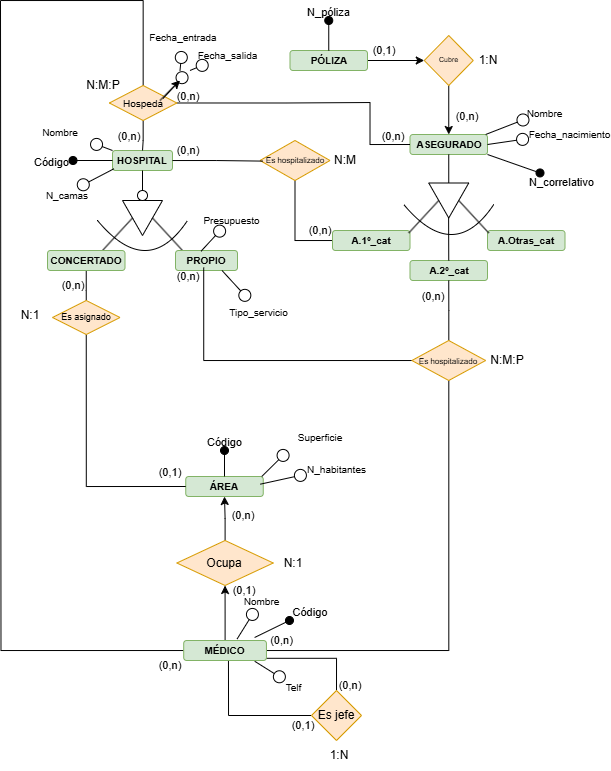
Earlier version of the draw.io export Data Base/GestionHospitales.drawio.png (Samue45/1-DAM). Source tidied: cells renumbered, new cells last; positions are measured from the earlier drawing's top-left corner, leaving out a move shared by most shapes.
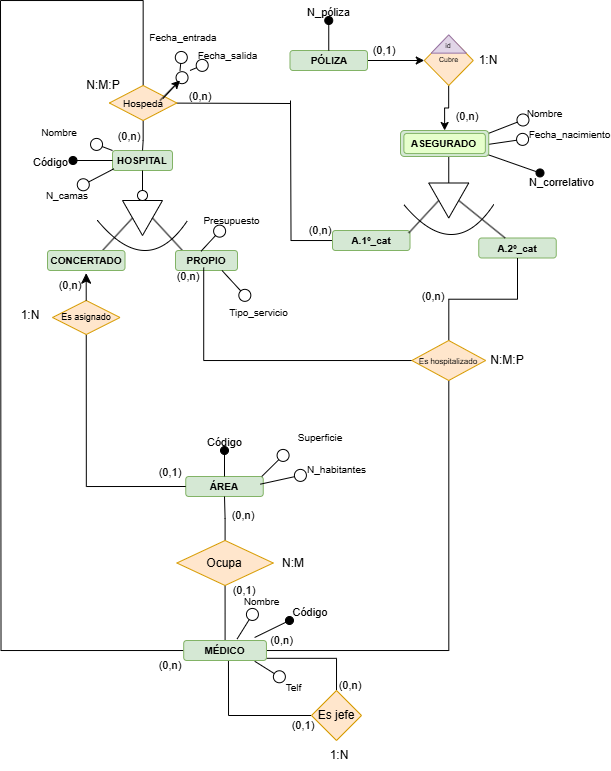
The same diagram one commit later.

Change to the diagram source:
```diff
@@ -39,9 +39,6 @@
     <mxCell id="9" value="&lt;b style=&quot;font-size: 10px;&quot;&gt;&lt;font style=&quot;font-size: 10px;&quot;&gt;PROPIO&lt;/font&gt;&lt;/b&gt;" style="rounded=1;whiteSpace=wrap;html=1;fillColor=#d5e8d4;strokeColor=#82b366;fontSize=10;" parent="1" vertex="1">
       <mxGeometry x="175" y="250" width="62" height="20" as="geometry" />
     </mxCell>
-    <mxCell id="10" style="edgeStyle=orthogonalEdgeStyle;rounded=0;jettySize=auto;html=1;entryX=0.5;entryY=0;entryDx=0;entryDy=0;endArrow=none;endFill=0;" parent="1" edge="1" source="11" target="83">
-      <mxGeometry relative="1" as="geometry" />
-    </mxCell>
     <mxCell id="11" value="&lt;b style=&quot;font-size: 10px;&quot;&gt;&lt;font style=&quot;font-size: 10px;&quot;&gt;CONCERTADO&lt;/font&gt;&lt;/b&gt;" style="rounded=1;whiteSpace=wrap;html=1;fillColor=#d5e8d4;strokeColor=#82b366;fontSize=10;" parent="1" vertex="1">
       <mxGeometry x="47" y="250" width="77.5" height="20" as="geometry" />
     </mxCell>
@@ -81,25 +78,21 @@
     <mxCell id="23" value="&lt;b&gt;PÓLIZA&lt;/b&gt;" style="rounded=1;whiteSpace=wrap;html=1;fillColor=#d5e8d4;strokeColor=#82b366;fontSize=10;" parent="1" vertex="1">
       <mxGeometry x="289.5" y="50" width="77.5" height="20" as="geometry" />
     </mxCell>
-    <mxCell id="24" value="&lt;b&gt;ASEGURADO&lt;/b&gt;" style="rounded=1;whiteSpace=wrap;html=1;fillColor=#d5e8d4;strokeColor=#82b366;fontSize=10;" parent="1" vertex="1">
-      <mxGeometry x="409.5" y="134" width="77.5" height="20" as="geometry" />
-    </mxCell>
-    <mxCell id="25" style="edgeStyle=orthogonalEdgeStyle;rounded=0;jettySize=auto;html=1;endArrow=none;endFill=0;entryX=0.5;entryY=1;entryDx=0;entryDy=0;" parent="1" edge="1" source="26" target="64">
-      <mxGeometry relative="1" as="geometry" />
+    <mxCell id="25" style="edgeStyle=orthogonalEdgeStyle;rounded=0;jettySize=auto;html=1;endArrow=none;endFill=0;" parent="1" edge="1" source="26">
+      <mxGeometry relative="1" as="geometry">
+        <mxPoint x="290" y="100" as="targetPoint" />
+      </mxGeometry>
     </mxCell>
     <mxCell id="26" value="&lt;b&gt;A.1º_cat&lt;/b&gt;" style="rounded=1;whiteSpace=wrap;html=1;fillColor=#d5e8d4;strokeColor=#82b366;fontSize=10;" parent="1" vertex="1">
       <mxGeometry x="332" y="230" width="77.5" height="20" as="geometry" />
     </mxCell>
     <mxCell id="27" value="&lt;b&gt;A.2º_cat&lt;/b&gt;" style="rounded=1;whiteSpace=wrap;html=1;fillColor=#d5e8d4;strokeColor=#82b366;fontSize=10;" parent="1" vertex="1">
-      <mxGeometry x="409.5" y="260" width="77.5" height="20" as="geometry" />
+      <mxGeometry x="478.2" y="237.5" width="77.5" height="20" as="geometry" />
     </mxCell>
-    <mxCell id="28" value="&lt;b&gt;A.Otras_cat&lt;/b&gt;" style="rounded=1;whiteSpace=wrap;html=1;fillColor=#d5e8d4;strokeColor=#82b366;fontSize=10;" parent="1" vertex="1">
-      <mxGeometry x="487" y="230" width="77.5" height="20" as="geometry" />
-    </mxCell>
     <mxCell id="29" value="&lt;b&gt;ÁREA&lt;/b&gt;" style="rounded=1;whiteSpace=wrap;html=1;fillColor=#d5e8d4;strokeColor=#82b366;fontSize=10;" parent="1" vertex="1">
       <mxGeometry x="185.2" y="476" width="77.5" height="20" as="geometry" />
     </mxCell>
-    <mxCell id="30" style="edgeStyle=orthogonalEdgeStyle;rounded=0;jettySize=auto;html=1;entryX=0.5;entryY=1;entryDx=0;entryDy=0;" parent="1" edge="1" source="34" target="86">
+    <mxCell id="30" style="edgeStyle=orthogonalEdgeStyle;rounded=0;jettySize=auto;html=1;entryX=0.5;entryY=1;entryDx=0;entryDy=0;endArrow=none;endFill=0;" parent="1" edge="1" source="34" target="86">
       <mxGeometry relative="1" as="geometry" />
     </mxCell>
     <mxCell id="31" style="edgeStyle=orthogonalEdgeStyle;rounded=0;jettySize=auto;html=1;endArrow=none;endFill=0;entryX=0.5;entryY=0;entryDx=0;entryDy=0;exitX=0.993;exitY=0.89;exitDx=0;exitDy=0;exitPerimeter=0;" parent="1" edge="1" source="34" target="89">
@@ -122,20 +115,26 @@
     <mxCell id="36" value="&lt;span style=&quot;font-size: 11px;&quot;&gt;N_póliza&lt;/span&gt;" style="text;html=1;align=center;verticalAlign=middle;whiteSpace=wrap;rounded=0;fontSize=16;" parent="1" vertex="1">
       <mxGeometry x="306.8" width="43" height="20" as="geometry" />
     </mxCell>
-    <mxCell id="37" style="endArrow=oval;html=1;rounded=0;fontSize=12;startSize=8;endSize=8;curved=1;endFill=1;exitX=1;exitY=1;exitDx=0;exitDy=0;" parent="1" edge="1" source="24" target="38">
-      <mxGeometry relative="1" as="geometry" />
+    <mxCell id="37" style="endArrow=oval;html=1;rounded=0;fontSize=12;startSize=8;endSize=8;curved=1;endFill=1;exitX=1;exitY=1;exitDx=0;exitDy=0;" parent="1" edge="1" target="38">
+      <mxGeometry relative="1" as="geometry">
+        <mxPoint x="487" y="154" as="sourcePoint" />
+      </mxGeometry>
     </mxCell>
     <mxCell id="38" value="&lt;font style=&quot;font-size: 11px;&quot;&gt;N_correlativo&lt;/font&gt;" style="text;html=1;align=center;verticalAlign=middle;whiteSpace=wrap;rounded=0;fontSize=16;" parent="1" vertex="1">
       <mxGeometry x="539.5" y="170" width="43" height="20" as="geometry" />
     </mxCell>
-    <mxCell id="39" style="endArrow=circle;html=1;rounded=0;fontSize=8;startSize=6;endSize=5;curved=1;endFill=0;exitX=0.976;exitY=0;exitDx=0;exitDy=0;exitPerimeter=0;" parent="1" edge="1" source="24" target="40">
-      <mxGeometry relative="1" as="geometry" />
+    <mxCell id="39" style="endArrow=circle;html=1;rounded=0;fontSize=8;startSize=6;endSize=5;curved=1;endFill=0;exitX=0.976;exitY=0;exitDx=0;exitDy=0;exitPerimeter=0;" parent="1" edge="1" target="40">
+      <mxGeometry relative="1" as="geometry">
+        <mxPoint x="485.1" y="134" as="sourcePoint" />
+      </mxGeometry>
     </mxCell>
     <mxCell id="40" value="&lt;font style=&quot;font-size: 10px;&quot;&gt;Nombre&lt;/font&gt;" style="text;html=1;align=center;verticalAlign=middle;whiteSpace=wrap;rounded=0;fontSize=16;" parent="1" vertex="1">
       <mxGeometry x="529" y="102" width="30.5" height="18" as="geometry" />
     </mxCell>
-    <mxCell id="41" style="endArrow=circle;html=1;rounded=0;fontSize=8;startSize=6;endSize=5;curved=1;endFill=0;exitX=1;exitY=0.5;exitDx=0;exitDy=0;" parent="1" edge="1" source="24" target="42">
-      <mxGeometry relative="1" as="geometry" />
+    <mxCell id="41" style="endArrow=circle;html=1;rounded=0;fontSize=8;startSize=6;endSize=5;curved=1;endFill=0;exitX=1;exitY=0.5;exitDx=0;exitDy=0;" parent="1" edge="1" target="42">
+      <mxGeometry relative="1" as="geometry">
+        <mxPoint x="487" y="144" as="sourcePoint" />
+      </mxGeometry>
     </mxCell>
     <mxCell id="42" value="&lt;font style=&quot;font-size: 10px;&quot;&gt;Fecha_nacimiento&lt;/font&gt;" style="text;html=1;align=center;verticalAlign=middle;whiteSpace=wrap;rounded=0;fontSize=16;" parent="1" vertex="1">
       <mxGeometry x="529" y="124" width="80.5" height="16" as="geometry" />
@@ -162,15 +161,8 @@
         </Array>
       </mxGeometry>
     </mxCell>
-    <mxCell id="47" style="endArrow=none;html=1;rounded=0;exitX=0.5;exitY=0;exitDx=0;exitDy=0;" parent="1" edge="1" source="43">
-      <mxGeometry relative="1" as="geometry">
-        <mxPoint x="488.2" y="232.5" as="targetPoint" />
-      </mxGeometry>
-    </mxCell>
-    <mxCell id="48" style="endArrow=none;html=1;rounded=0;exitX=0.5;exitY=0;exitDx=0;exitDy=0;entryX=0.5;entryY=0;entryDx=0;entryDy=0;" parent="1" edge="1" target="27">
-      <mxGeometry relative="1" as="geometry">
-        <mxPoint x="448.1" y="217.5" as="sourcePoint" />
-      </mxGeometry>
+    <mxCell id="48" style="endArrow=none;html=1;rounded=0;exitX=0.5;exitY=0;exitDx=0;exitDy=0;" parent="1" edge="1" source="43" target="27">
+      <mxGeometry relative="1" as="geometry" />
     </mxCell>
     <mxCell id="49" style="endArrow=oval;html=1;rounded=0;fontSize=12;startSize=8;endSize=8;curved=1;endFill=1;exitX=0.5;exitY=0;exitDx=0;exitDy=0;" parent="1" edge="1" source="29" target="50">
       <mxGeometry relative="1" as="geometry" />
@@ -211,7 +203,7 @@
     <mxCell id="60" value="&lt;font style=&quot;font-size: 10px;&quot;&gt;Telf&lt;/font&gt;" style="text;html=1;align=center;verticalAlign=middle;whiteSpace=wrap;rounded=0;fontSize=16;" parent="1" vertex="1">
       <mxGeometry x="280.5" y="680" width="24.5" height="10" as="geometry" />
     </mxCell>
-    <mxCell id="61" style="edgeStyle=orthogonalEdgeStyle;rounded=0;jettySize=auto;html=1;entryX=0.5;entryY=0;entryDx=0;entryDy=0;" parent="1" edge="1" source="62" target="24">
+    <mxCell id="61" style="edgeStyle=orthogonalEdgeStyle;rounded=0;jettySize=auto;html=1;entryX=0.5;entryY=0;entryDx=0;entryDy=0;" parent="1" edge="1" source="62" target="110">
       <mxGeometry relative="1" as="geometry" />
     </mxCell>
     <mxCell id="62" value="Cubre" style="rhombus;whiteSpace=wrap;html=1;fontSize=7;fillColor=#ffe6cc;strokeColor=#d79b00;" parent="1" vertex="1">
@@ -220,15 +212,6 @@
     <mxCell id="63" value="1:N" style="text;html=1;align=center;verticalAlign=middle;whiteSpace=wrap;rounded=0;" parent="1" vertex="1">
       <mxGeometry x="465.8" y="45" width="43.8" height="30" as="geometry" />
     </mxCell>
-    <mxCell id="64" value="Es hospitalizado" style="rhombus;whiteSpace=wrap;html=1;fontSize=8;fillColor=#ffe6cc;strokeColor=#d79b00;" parent="1" vertex="1">
-      <mxGeometry x="259.5" y="140" width="70" height="40" as="geometry" />
-    </mxCell>
-    <mxCell id="65" style="edgeStyle=orthogonalEdgeStyle;rounded=0;jettySize=auto;html=1;entryX=0.04;entryY=0.515;entryDx=0;entryDy=0;entryPerimeter=0;endArrow=none;endFill=0;" parent="1" edge="1" source="5" target="64">
-      <mxGeometry relative="1" as="geometry" />
-    </mxCell>
-    <mxCell id="66" value="N:M" style="text;html=1;align=center;verticalAlign=middle;whiteSpace=wrap;rounded=0;" parent="1" vertex="1">
-      <mxGeometry x="323.2" y="145" width="43.8" height="30" as="geometry" />
-    </mxCell>
     <mxCell id="67" style="edgeStyle=orthogonalEdgeStyle;rounded=0;jettySize=auto;html=1;endArrow=none;endFill=0;entryX=0.455;entryY=0.85;entryDx=0;entryDy=0;entryPerimeter=0;" parent="1" edge="1" source="69" target="9">
       <mxGeometry relative="1" as="geometry" />
     </mxCell>
@@ -244,15 +227,6 @@
     <mxCell id="71" style="edgeStyle=orthogonalEdgeStyle;rounded=0;jettySize=auto;html=1;endArrow=none;endFill=0;" parent="1" edge="1" source="74" target="5">
       <mxGeometry relative="1" as="geometry" />
     </mxCell>
-    <mxCell id="72" style="edgeStyle=orthogonalEdgeStyle;rounded=0;jettySize=auto;html=1;endArrow=none;endFill=0;entryX=0;entryY=0.5;entryDx=0;entryDy=0;" parent="1" edge="1" source="74" target="24">
-      <mxGeometry relative="1" as="geometry">
-        <Array as="points">
-          <mxPoint x="285.5" y="102" />
-          <mxPoint x="369.5" y="102" />
-          <mxPoint x="369.5" y="144" />
-        </Array>
-      </mxGeometry>
-    </mxCell>
     <mxCell id="73" style="edgeStyle=orthogonalEdgeStyle;rounded=0;jettySize=auto;html=1;fontSize=12;startSize=8;endSize=8;endArrow=none;endFill=0;" parent="1" edge="1" source="74">
       <mxGeometry relative="1" as="geometry">
         <mxPoint as="targetPoint" />
@@ -262,6 +236,11 @@
         </Array>
       </mxGeometry>
     </mxCell>
+    <mxCell id="108" style="edgeStyle=none;curved=1;rounded=0;jettySize=auto;html=1;fontSize=12;startSize=8;endSize=8;endArrow=none;endFill=0;" parent="1" edge="1" source="74">
+      <mxGeometry relative="1" as="geometry">
+        <mxPoint x="290" y="103" as="targetPoint" />
+      </mxGeometry>
+    </mxCell>
     <mxCell id="74" value="Hospeda" style="rhombus;whiteSpace=wrap;html=1;fillColor=#ffe6cc;strokeColor=#d79b00;fontSize=10;" parent="1" vertex="1">
       <mxGeometry x="108.9" y="85" width="67.5" height="35" as="geometry" />
     </mxCell>
@@ -302,16 +281,16 @@
     <mxCell id="83" value="Es asignado" style="rhombus;whiteSpace=wrap;html=1;fontSize=9;fillColor=#ffe6cc;strokeColor=#d79b00;" parent="1" vertex="1">
       <mxGeometry x="52" y="300" width="67.5" height="34" as="geometry" />
     </mxCell>
-    <mxCell id="84" value="N:1" style="text;html=1;align=center;verticalAlign=middle;whiteSpace=wrap;rounded=0;" parent="1" vertex="1">
+    <mxCell id="84" value="1:N" style="text;html=1;align=center;verticalAlign=middle;whiteSpace=wrap;rounded=0;" parent="1" vertex="1">
       <mxGeometry x="8.2" y="300" width="43.8" height="30" as="geometry" />
     </mxCell>
-    <mxCell id="85" style="edgeStyle=orthogonalEdgeStyle;rounded=0;jettySize=auto;html=1;entryX=0.5;entryY=1;entryDx=0;entryDy=0;" parent="1" edge="1" source="86" target="29">
+    <mxCell id="85" style="edgeStyle=orthogonalEdgeStyle;rounded=0;jettySize=auto;html=1;entryX=0.5;entryY=1;entryDx=0;entryDy=0;endArrow=none;endFill=0;" parent="1" edge="1" source="86" target="29">
       <mxGeometry relative="1" as="geometry" />
     </mxCell>
     <mxCell id="86" value="Ocupa" style="rhombus;whiteSpace=wrap;html=1;fillColor=#ffe6cc;strokeColor=#d79b00;" parent="1" vertex="1">
       <mxGeometry x="176.4" y="540" width="96.4" height="45" as="geometry" />
     </mxCell>
-    <mxCell id="87" value="N:1" style="text;html=1;align=center;verticalAlign=middle;whiteSpace=wrap;rounded=0;" parent="1" vertex="1">
+    <mxCell id="87" value="N:M" style="text;html=1;align=center;verticalAlign=middle;whiteSpace=wrap;rounded=0;" parent="1" vertex="1">
       <mxGeometry x="270.9" y="547.5" width="43.8" height="30" as="geometry" />
     </mxCell>
     <mxCell id="88" style="edgeStyle=orthogonalEdgeStyle;rounded=0;jettySize=auto;html=1;endArrow=none;endFill=0;entryX=0.541;entryY=1.024;entryDx=0;entryDy=0;entryPerimeter=0;" parent="1" edge="1" source="89" target="34">
@@ -329,9 +308,6 @@
     <mxCell id="92" value="(0,n)" style="text;html=1;align=center;verticalAlign=middle;whiteSpace=wrap;rounded=0;fontSize=11;" parent="1" vertex="1">
       <mxGeometry x="450" y="111" width="34" height="9" as="geometry" />
     </mxCell>
-    <mxCell id="93" value="(0,n)" style="text;html=1;align=center;verticalAlign=middle;whiteSpace=wrap;rounded=0;fontSize=11;" parent="1" vertex="1">
-      <mxGeometry x="171" y="145" width="34" height="9" as="geometry" />
-    </mxCell>
     <mxCell id="94" value="(0,n)" style="text;html=1;align=center;verticalAlign=middle;whiteSpace=wrap;rounded=0;fontSize=11;" parent="1" vertex="1">
       <mxGeometry x="302.5" y="225.5" width="34" height="9" as="geometry" />
     </mxCell>
@@ -342,7 +318,7 @@
       <mxGeometry x="416" y="291" width="34" height="9" as="geometry" />
     </mxCell>
     <mxCell id="97" value="(0,n)" style="text;html=1;align=center;verticalAlign=middle;whiteSpace=wrap;rounded=0;fontSize=11;" parent="1" vertex="1">
-      <mxGeometry x="55.5" y="280" width="34" height="9" as="geometry" />
+      <mxGeometry x="53" y="280" width="34" height="9" as="geometry" />
     </mxCell>
     <mxCell id="98" value="(0,1)" style="text;html=1;align=center;verticalAlign=middle;whiteSpace=wrap;rounded=0;fontSize=11;" parent="1" vertex="1">
       <mxGeometry x="153" y="467" width="34" height="9" as="geometry" />
@@ -365,14 +341,29 @@
     <mxCell id="104" value="(0,n)" style="text;html=1;align=center;verticalAlign=middle;whiteSpace=wrap;rounded=0;fontSize=11;" parent="1" vertex="1">
       <mxGeometry x="112" y="131" width="34" height="9" as="geometry" />
     </mxCell>
-    <mxCell id="105" value="(0,n)" style="text;html=1;align=center;verticalAlign=middle;whiteSpace=wrap;rounded=0;fontSize=11;" parent="1" vertex="1">
-      <mxGeometry x="171" y="91" width="34" height="9" as="geometry" />
-    </mxCell>
-    <mxCell id="106" value="(0,n)" style="text;html=1;align=center;verticalAlign=middle;whiteSpace=wrap;rounded=0;fontSize=11;" parent="1" vertex="1">
-      <mxGeometry x="375.5" y="131" width="34" height="9" as="geometry" />
-    </mxCell>
     <mxCell id="107" value="(0,n)" style="text;html=1;align=center;verticalAlign=middle;whiteSpace=wrap;rounded=0;fontSize=11;" parent="1" vertex="1">
       <mxGeometry x="262.8" y="630" width="37.2" height="19" as="geometry" />
     </mxCell>
+    <mxCell id="109" style="group;" parent="1" vertex="1">
+      <mxGeometry x="400" y="130" width="88.2" height="26" as="geometry" />
+    </mxCell>
+    <mxCell id="110" value="VEHÍCULO" style="rounded=1;whiteSpace=wrap;html=1;fillColor=#d5e8d4;strokeColor=#82b366;" parent="109" vertex="1">
+      <mxGeometry width="88.2" height="26" as="geometry" />
+    </mxCell>
+    <mxCell id="24" value="&lt;b style=&quot;font-size: 10px;&quot;&gt;ASEGURADO&lt;/b&gt;" style="rounded=1;whiteSpace=wrap;html=1;fillColor=#E6FFCC;strokeColor=#82b366;" parent="109" vertex="1">
+      <mxGeometry x="3.4" y="3" width="81.5" height="20.1" as="geometry" />
+    </mxCell>
+    <mxCell id="111" style="triangle;whiteSpace=wrap;html=1;rotation=-90;fillColor=#e1d5e7;strokeColor=#9673a6;" parent="1" vertex="1">
+      <mxGeometry x="439.1" y="26" width="18.3" height="35" as="geometry" />
+    </mxCell>
+    <mxCell id="112" value="id" style="text;html=1;align=center;verticalAlign=middle;whiteSpace=wrap;rounded=0;fontSize=7;" parent="1" vertex="1">
+      <mxGeometry x="418.2" y="31" width="60" height="30" as="geometry" />
+    </mxCell>
+    <mxCell id="113" value="(0,n)" style="text;html=1;align=center;verticalAlign=middle;whiteSpace=wrap;rounded=0;fontSize=11;" parent="1" vertex="1">
+      <mxGeometry x="183.2" y="91" width="34" height="9" as="geometry" />
+    </mxCell>
+    <mxCell id="114" style="edgeStyle=none;curved=1;rounded=0;jettySize=auto;html=1;entryX=0.499;entryY=1.133;entryDx=0;entryDy=0;entryPerimeter=0;fontSize=12;startSize=8;endSize=8;" parent="1" edge="1" source="83" target="11">
+      <mxGeometry relative="1" as="geometry" />
+    </mxCell>
   </root>
 </mxGraphModel>
```
